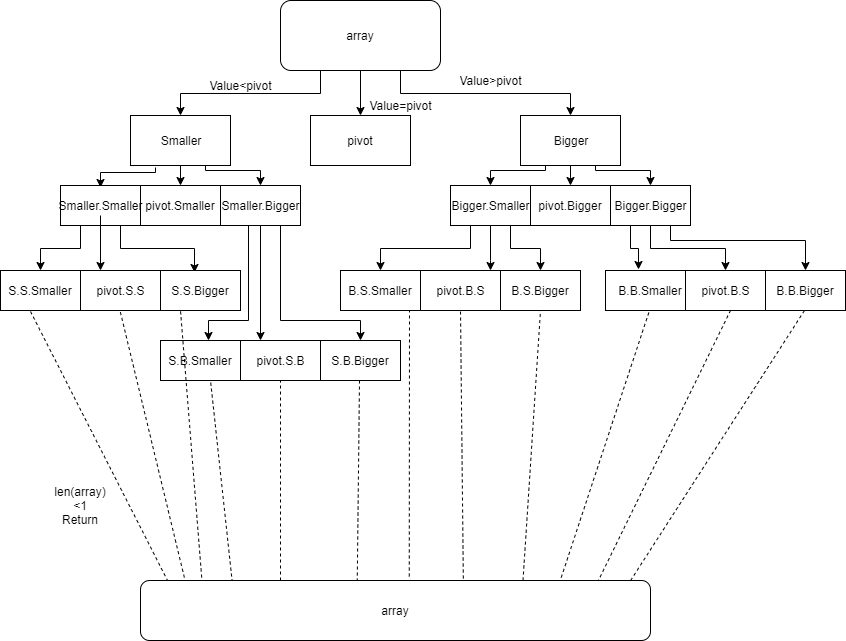
Earlier version of the draw.io export 課堂作業/QuickSort流程圖.png (jason-28/06170136). Source tidied: cells renumbered, new cells last; positions are measured from the earlier drawing's top-left corner, leaving out a move shared by most shapes.
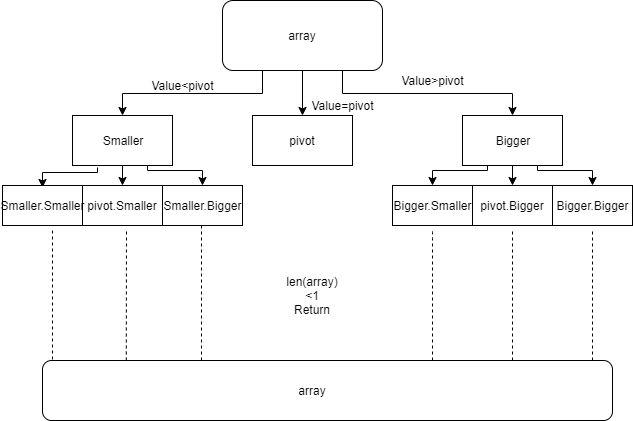
After the change.

Diff of the diagram source:
```diff
@@ -71,12 +71,6 @@
     <mxCell id="16" value="array" style="text;html=1;strokeColor=none;fillColor=none;align=center;verticalAlign=middle;whiteSpace=wrap;rounded=0;" parent="1" vertex="1">
       <mxGeometry x="300" y="15" width="120" height="40" as="geometry" />
     </mxCell>
-    <mxCell id="17" style="edgeStyle=orthogonalEdgeStyle;rounded=0;jettySize=auto;html=1;exitX=0.25;exitY=1;exitDx=0;exitDy=0;" parent="1" edge="1" source="19" target="46">
-      <mxGeometry relative="1" as="geometry" />
-    </mxCell>
-    <mxCell id="18" style="edgeStyle=orthogonalEdgeStyle;rounded=0;jettySize=auto;html=1;exitX=0.75;exitY=1;exitDx=0;exitDy=0;entryX=0.425;entryY=0.05;entryDx=0;entryDy=0;entryPerimeter=0;" parent="1" edge="1" source="19" target="47">
-      <mxGeometry relative="1" as="geometry" />
-    </mxCell>
     <mxCell id="19" style="rounded=0;whiteSpace=wrap;html=1;" parent="1" vertex="1">
       <mxGeometry x="60" y="185" width="80" height="40" as="geometry" />
     </mxCell>
@@ -89,61 +83,15 @@
     <mxCell id="22" style="rounded=0;whiteSpace=wrap;html=1;" parent="1" vertex="1">
       <mxGeometry x="140" y="185" width="80" height="40" as="geometry" />
     </mxCell>
-    <mxCell id="23" style="edgeStyle=orthogonalEdgeStyle;rounded=0;orthogonalLoop=1;jettySize=auto;html=1;exitX=0.25;exitY=1;exitDx=0;exitDy=0;entryX=0.5;entryY=0;entryDx=0;entryDy=0;" parent="1" edge="1">
-      <mxGeometry relative="1" as="geometry">
-        <mxPoint x="248" y="225" as="sourcePoint" />
-        <mxPoint x="208" y="340" as="targetPoint" />
-        <Array as="points">
-          <mxPoint x="248" y="320" />
-          <mxPoint x="208" y="320" />
-        </Array>
-      </mxGeometry>
-    </mxCell>
-    <mxCell id="24" style="edgeStyle=orthogonalEdgeStyle;rounded=0;jettySize=auto;html=1;exitX=0.75;exitY=1;exitDx=0;exitDy=0;entryX=0.5;entryY=0;entryDx=0;entryDy=0;" parent="1" edge="1" source="25" target="51">
-      <mxGeometry relative="1" as="geometry">
-        <Array as="points">
-          <mxPoint x="280" y="320" />
-          <mxPoint x="360" y="320" />
-        </Array>
-      </mxGeometry>
-    </mxCell>
     <mxCell id="25" style="rounded=0;whiteSpace=wrap;html=1;" parent="1" vertex="1">
       <mxGeometry x="220" y="185" width="80" height="40" as="geometry" />
     </mxCell>
-    <mxCell id="26" style="edgeStyle=orthogonalEdgeStyle;rounded=0;jettySize=auto;html=1;exitX=0.5;exitY=1;exitDx=0;exitDy=0;entryX=0.5;entryY=0;entryDx=0;entryDy=0;" parent="1" edge="1" source="29" target="53">
-      <mxGeometry relative="1" as="geometry" />
-    </mxCell>
-    <mxCell id="27" style="edgeStyle=orthogonalEdgeStyle;rounded=0;jettySize=auto;html=1;exitX=0.25;exitY=1;exitDx=0;exitDy=0;entryX=0.413;entryY=-0.025;entryDx=0;entryDy=0;entryPerimeter=0;" parent="1" edge="1" source="29" target="54">
-      <mxGeometry relative="1" as="geometry" />
-    </mxCell>
-    <mxCell id="28" style="edgeStyle=orthogonalEdgeStyle;rounded=0;jettySize=auto;html=1;exitX=0.75;exitY=1;exitDx=0;exitDy=0;entryX=0.5;entryY=0;entryDx=0;entryDy=0;" parent="1" edge="1" source="29" target="52">
-      <mxGeometry relative="1" as="geometry">
-        <Array as="points">
-          <mxPoint x="670" y="240" />
-          <mxPoint x="805" y="240" />
-        </Array>
-      </mxGeometry>
-    </mxCell>
     <mxCell id="29" style="rounded=0;whiteSpace=wrap;html=1;" parent="1" vertex="1">
       <mxGeometry x="610" y="185" width="80" height="40" as="geometry" />
     </mxCell>
     <mxCell id="30" style="rounded=0;whiteSpace=wrap;html=1;" parent="1" vertex="1">
       <mxGeometry x="530" y="185" width="80" height="40" as="geometry" />
     </mxCell>
-    <mxCell id="31" style="edgeStyle=orthogonalEdgeStyle;rounded=0;jettySize=auto;html=1;exitX=0.25;exitY=1;exitDx=0;exitDy=0;entryX=0.5;entryY=0;entryDx=0;entryDy=0;" parent="1" edge="1" source="34" target="57">
-      <mxGeometry relative="1" as="geometry" />
-    </mxCell>
-    <mxCell id="32" style="edgeStyle=orthogonalEdgeStyle;rounded=0;jettySize=auto;html=1;" parent="1" edge="1" source="34" target="56">
-      <mxGeometry relative="1" as="geometry">
-        <Array as="points">
-          <mxPoint x="490" y="260" />
-          <mxPoint x="490" y="260" />
-        </Array>
-      </mxGeometry>
-    </mxCell>
-    <mxCell id="33" style="edgeStyle=orthogonalEdgeStyle;rounded=0;jettySize=auto;html=1;exitX=0.75;exitY=1;exitDx=0;exitDy=0;entryX=0.5;entryY=0;entryDx=0;entryDy=0;" parent="1" edge="1" source="34" target="55">
-      <mxGeometry relative="1" as="geometry" />
-    </mxCell>
     <mxCell id="34" style="rounded=0;whiteSpace=wrap;html=1;" parent="1" vertex="1">
       <mxGeometry x="450" y="185" width="80" height="40" as="geometry" />
     </mxCell>
@@ -162,15 +110,9 @@
     <mxCell id="39" value="Value=pivot" style="text;html=1;strokeColor=none;fillColor=none;align=center;verticalAlign=middle;whiteSpace=wrap;rounded=0;direction=south;" parent="1" vertex="1">
       <mxGeometry x="390" y="85" width="20" height="40" as="geometry" />
     </mxCell>
-    <mxCell id="40" style="edgeStyle=orthogonalEdgeStyle;rounded=0;jettySize=auto;html=1;entryX=0.25;entryY=0;entryDx=0;entryDy=0;" parent="1" edge="1" source="41" target="48">
-      <mxGeometry relative="1" as="geometry" />
-    </mxCell>
     <mxCell id="41" value="Smaller.Smaller" style="text;html=1;strokeColor=none;fillColor=none;align=center;verticalAlign=middle;whiteSpace=wrap;rounded=0;" parent="1" vertex="1">
       <mxGeometry x="80" y="195" width="40" height="20" as="geometry" />
     </mxCell>
-    <mxCell id="42" style="edgeStyle=orthogonalEdgeStyle;rounded=0;jettySize=auto;html=1;entryX=0.25;entryY=0;entryDx=0;entryDy=0;exitX=0.5;exitY=1;exitDx=0;exitDy=0;" parent="1" edge="1" source="25" target="50">
-      <mxGeometry relative="1" as="geometry" />
-    </mxCell>
     <mxCell id="43" value="Smaller.Bigger" style="text;html=1;strokeColor=none;fillColor=none;align=center;verticalAlign=middle;whiteSpace=wrap;rounded=0;" parent="1" vertex="1">
       <mxGeometry x="240" y="195" width="40" height="20" as="geometry" />
     </mxCell>
@@ -180,142 +122,52 @@
     <mxCell id="45" value="Bigger.Bigger" style="text;html=1;strokeColor=none;fillColor=none;align=center;verticalAlign=middle;whiteSpace=wrap;rounded=0;" parent="1" vertex="1">
       <mxGeometry x="630" y="195" width="40" height="20" as="geometry" />
     </mxCell>
-    <mxCell id="46" style="rounded=0;whiteSpace=wrap;html=1;" parent="1" vertex="1">
-      <mxGeometry y="270" width="80" height="40" as="geometry" />
-    </mxCell>
-    <mxCell id="47" style="rounded=0;whiteSpace=wrap;html=1;" parent="1" vertex="1">
-      <mxGeometry x="160" y="270" width="80" height="40" as="geometry" />
-    </mxCell>
-    <mxCell id="48" style="rounded=0;whiteSpace=wrap;html=1;" parent="1" vertex="1">
-      <mxGeometry x="80" y="270" width="80" height="40" as="geometry" />
-    </mxCell>
-    <mxCell id="49" style="rounded=0;whiteSpace=wrap;html=1;" parent="1" vertex="1">
-      <mxGeometry x="160" y="340" width="80" height="40" as="geometry" />
-    </mxCell>
-    <mxCell id="50" style="rounded=0;whiteSpace=wrap;html=1;" parent="1" vertex="1">
-      <mxGeometry x="240" y="340" width="80" height="40" as="geometry" />
-    </mxCell>
-    <mxCell id="51" style="rounded=0;whiteSpace=wrap;html=1;" parent="1" vertex="1">
-      <mxGeometry x="320" y="340" width="80" height="40" as="geometry" />
-    </mxCell>
-    <mxCell id="52" style="rounded=0;whiteSpace=wrap;html=1;" parent="1" vertex="1">
-      <mxGeometry x="765" y="270" width="80" height="40" as="geometry" />
-    </mxCell>
-    <mxCell id="53" style="rounded=0;whiteSpace=wrap;html=1;" parent="1" vertex="1">
-      <mxGeometry x="685" y="270" width="80" height="40" as="geometry" />
-    </mxCell>
-    <mxCell id="54" style="rounded=0;whiteSpace=wrap;html=1;" parent="1" vertex="1">
-      <mxGeometry x="605" y="270" width="80" height="40" as="geometry" />
-    </mxCell>
-    <mxCell id="55" style="rounded=0;whiteSpace=wrap;html=1;" parent="1" vertex="1">
-      <mxGeometry x="500" y="270" width="80" height="40" as="geometry" />
-    </mxCell>
-    <mxCell id="56" style="rounded=0;whiteSpace=wrap;html=1;" parent="1" vertex="1">
-      <mxGeometry x="420" y="270" width="80" height="40" as="geometry" />
-    </mxCell>
-    <mxCell id="57" style="rounded=0;whiteSpace=wrap;html=1;" parent="1" vertex="1">
-      <mxGeometry x="340" y="270" width="80" height="40" as="geometry" />
-    </mxCell>
-    <mxCell id="58" value="S.S.Smaller" style="text;html=1;strokeColor=none;fillColor=none;align=center;verticalAlign=middle;whiteSpace=wrap;rounded=0;" parent="1" vertex="1">
-      <mxGeometry x="20" y="280" width="40" height="20" as="geometry" />
-    </mxCell>
-    <mxCell id="59" value="pivot.S.S" style="text;html=1;strokeColor=none;fillColor=none;align=center;verticalAlign=middle;whiteSpace=wrap;rounded=0;" parent="1" vertex="1">
-      <mxGeometry x="100" y="280" width="40" height="20" as="geometry" />
-    </mxCell>
-    <mxCell id="60" value="S.S.Bigger" style="text;html=1;strokeColor=none;fillColor=none;align=center;verticalAlign=middle;whiteSpace=wrap;rounded=0;" parent="1" vertex="1">
-      <mxGeometry x="180" y="280" width="40" height="20" as="geometry" />
-    </mxCell>
-    <mxCell id="61" value="S.B.Smaller" style="text;html=1;strokeColor=none;fillColor=none;align=center;verticalAlign=middle;whiteSpace=wrap;rounded=0;" parent="1" vertex="1">
-      <mxGeometry x="180" y="350" width="40" height="20" as="geometry" />
-    </mxCell>
-    <mxCell id="62" style="endArrow=none;dashed=1;html=1;exitX=0.375;exitY=1.025;exitDx=0;exitDy=0;exitPerimeter=0;entryX=0.053;entryY=0;entryDx=0;entryDy=0;entryPerimeter=0;" parent="1" edge="1" source="46" target="82">
-      <mxGeometry relative="1" as="geometry" />
+    <mxCell id="62" style="endArrow=none;dashed=1;html=1;" parent="1" edge="1">
+      <mxGeometry relative="1" as="geometry">
+        <mxPoint x="110" y="230" as="sourcePoint" />
+        <mxPoint x="110" y="360" as="targetPoint" />
+      </mxGeometry>
     </mxCell>
-    <mxCell id="63" value="pivot.S.B" style="text;html=1;strokeColor=none;fillColor=none;align=center;verticalAlign=middle;whiteSpace=wrap;rounded=0;" parent="1" vertex="1">
-      <mxGeometry x="260" y="350" width="40" height="20" as="geometry" />
-    </mxCell>
-    <mxCell id="64" value="B.S.Bigger" style="text;html=1;strokeColor=none;fillColor=none;align=center;verticalAlign=middle;whiteSpace=wrap;rounded=0;" parent="1" vertex="1">
-      <mxGeometry x="520" y="280" width="40" height="20" as="geometry" />
-    </mxCell>
-    <mxCell id="65" value="S.B.Bigger" style="text;html=1;strokeColor=none;fillColor=none;align=center;verticalAlign=middle;whiteSpace=wrap;rounded=0;" parent="1" vertex="1">
-      <mxGeometry x="340" y="350" width="40" height="20" as="geometry" />
-    </mxCell>
-    <mxCell id="66" value="B.S.Smaller" style="text;html=1;strokeColor=none;fillColor=none;align=center;verticalAlign=middle;whiteSpace=wrap;rounded=0;" parent="1" vertex="1">
-      <mxGeometry x="360" y="280" width="40" height="20" as="geometry" />
-    </mxCell>
-    <mxCell id="67" value="pivot.B.S" style="text;html=1;strokeColor=none;fillColor=none;align=center;verticalAlign=middle;whiteSpace=wrap;rounded=0;" parent="1" vertex="1">
-      <mxGeometry x="440" y="280" width="40" height="20" as="geometry" />
-    </mxCell>
-    <mxCell id="68" value="B.B.Smaller" style="text;html=1;strokeColor=none;fillColor=none;align=center;verticalAlign=middle;whiteSpace=wrap;rounded=0;" parent="1" vertex="1">
-      <mxGeometry x="630" y="280" width="40" height="20" as="geometry" />
-    </mxCell>
-    <mxCell id="69" value="pivot.B.S" style="text;html=1;strokeColor=none;fillColor=none;align=center;verticalAlign=middle;whiteSpace=wrap;rounded=0;" parent="1" vertex="1">
-      <mxGeometry x="705" y="280" width="40" height="20" as="geometry" />
-    </mxCell>
-    <mxCell id="70" value="B.B.Bigger" style="text;html=1;strokeColor=none;fillColor=none;align=center;verticalAlign=middle;whiteSpace=wrap;rounded=0;" parent="1" vertex="1">
-      <mxGeometry x="785" y="280" width="40" height="20" as="geometry" />
-    </mxCell>
     <mxCell id="71" value="len(array)&amp;lt;1&lt;br&gt;Return" style="text;html=1;strokeColor=none;fillColor=none;align=center;verticalAlign=middle;whiteSpace=wrap;rounded=0;" parent="1" vertex="1">
-      <mxGeometry x="50" y="480" width="60" height="50" as="geometry" />
+      <mxGeometry x="340" y="270" width="60" height="50" as="geometry" />
     </mxCell>
-    <mxCell id="72" style="endArrow=none;dashed=1;html=1;exitX=0.086;exitY=-0.05;exitDx=0;exitDy=0;exitPerimeter=0;" parent="1" edge="1" source="82">
+    <mxCell id="72" style="endArrow=none;dashed=1;html=1;exitX=0.147;exitY=0;exitDx=0;exitDy=0;exitPerimeter=0;" parent="1" edge="1" source="82">
       <mxGeometry relative="1" as="geometry">
-        <mxPoint x="119.5" y="310" as="targetPoint" />
+        <mxPoint x="184" y="230" as="targetPoint" />
       </mxGeometry>
     </mxCell>
-    <mxCell id="73" style="endArrow=none;dashed=1;html=1;entryX=0.5;entryY=1;entryDx=0;entryDy=0;" parent="1" edge="1" target="50">
+    <mxCell id="73" style="endArrow=none;dashed=1;html=1;entryX=0.5;entryY=1;entryDx=0;entryDy=0;" parent="1" edge="1">
       <mxGeometry relative="1" as="geometry">
-        <mxPoint x="280" y="580" as="sourcePoint" />
+        <mxPoint x="259" y="360" as="sourcePoint" />
+        <mxPoint x="259" y="225" as="targetPoint" />
       </mxGeometry>
     </mxCell>
-    <mxCell id="74" style="endArrow=none;dashed=1;html=1;exitX=0.18;exitY=0.033;exitDx=0;exitDy=0;exitPerimeter=0;" parent="1" edge="1" source="82">
-      <mxGeometry relative="1" as="geometry">
-        <mxPoint x="210" y="380" as="targetPoint" />
-      </mxGeometry>
-    </mxCell>
-    <mxCell id="75" style="endArrow=none;dashed=1;html=1;exitX=0.527;exitY=-0.067;exitDx=0;exitDy=0;exitPerimeter=0;" parent="1" edge="1" source="82">
-      <mxGeometry relative="1" as="geometry">
-        <mxPoint x="409" y="310" as="targetPoint" />
-      </mxGeometry>
-    </mxCell>
-    <mxCell id="76" style="endArrow=none;dashed=1;html=1;exitX=0.425;exitY=0.017;exitDx=0;exitDy=0;exitPerimeter=0;" parent="1" edge="1" source="82">
-      <mxGeometry relative="1" as="geometry">
-        <mxPoint x="359" y="380" as="targetPoint" />
-      </mxGeometry>
-    </mxCell>
-    <mxCell id="77" style="endArrow=none;dashed=1;html=1;exitX=0.633;exitY=-0.033;exitDx=0;exitDy=0;exitPerimeter=0;" parent="1" edge="1" source="82">
-      <mxGeometry relative="1" as="geometry">
-        <mxPoint x="460" y="310" as="targetPoint" />
-      </mxGeometry>
-    </mxCell>
-    <mxCell id="78" style="endArrow=none;dashed=1;html=1;exitX=0.75;exitY=0;exitDx=0;exitDy=0;" parent="1" edge="1" source="82">
-      <mxGeometry relative="1" as="geometry">
-        <mxPoint x="540" y="310" as="targetPoint" />
-      </mxGeometry>
-    </mxCell>
-    <mxCell id="79" style="endArrow=none;dashed=1;html=1;exitX=0.961;exitY=0;exitDx=0;exitDy=0;exitPerimeter=0;" parent="1" edge="1" source="82">
-      <mxGeometry relative="1" as="geometry">
-        <mxPoint x="804" y="310" as="targetPoint" />
-      </mxGeometry>
-    </mxCell>
-    <mxCell id="80" style="endArrow=none;dashed=1;html=1;exitX=0.896;exitY=0.033;exitDx=0;exitDy=0;exitPerimeter=0;" parent="1" edge="1" source="82">
-      <mxGeometry relative="1" as="geometry">
-        <mxPoint x="730" y="310" as="targetPoint" />
-      </mxGeometry>
-    </mxCell>
-    <mxCell id="81" style="endArrow=none;dashed=1;html=1;exitX=0.825;exitY=-0.05;exitDx=0;exitDy=0;exitPerimeter=0;" parent="1" edge="1" source="82">
+    <mxCell id="81" style="endArrow=none;dashed=1;html=1;" parent="1" edge="1">
       <mxGeometry relative="1" as="geometry">
-        <mxPoint x="649" y="310" as="targetPoint" />
+        <mxPoint x="490" y="360" as="sourcePoint" />
+        <mxPoint x="490" y="230" as="targetPoint" />
+        <Array as="points">
+          <mxPoint x="490" y="230" />
+        </Array>
       </mxGeometry>
     </mxCell>
     <mxCell id="82" style="rounded=1;whiteSpace=wrap;html=1;" parent="1" vertex="1">
-      <mxGeometry x="140" y="580" width="510" height="60" as="geometry" />
+      <mxGeometry x="100" y="360" width="570" height="60" as="geometry" />
     </mxCell>
-    <mxCell id="83" style="endArrow=none;dashed=1;html=1;exitX=0.12;exitY=-0.05;exitDx=0;exitDy=0;exitPerimeter=0;entryX=0.25;entryY=1;entryDx=0;entryDy=0;" parent="1" edge="1" source="82" target="47">
-      <mxGeometry relative="1" as="geometry" />
-    </mxCell>
     <mxCell id="84" value="array" style="text;html=1;strokeColor=none;fillColor=none;align=center;verticalAlign=middle;whiteSpace=wrap;rounded=0;" parent="1" vertex="1">
-      <mxGeometry x="295" y="600" width="200" height="20" as="geometry" />
+      <mxGeometry x="270" y="380" width="200" height="20" as="geometry" />
     </mxCell>
+    <mxCell id="85" style="endArrow=none;dashed=1;html=1;" parent="1" edge="1">
+      <mxGeometry relative="1" as="geometry">
+        <mxPoint x="570" y="360" as="sourcePoint" />
+        <mxPoint x="570" y="230" as="targetPoint" />
+      </mxGeometry>
+    </mxCell>
+    <mxCell id="86" style="endArrow=none;dashed=1;html=1;" parent="1" edge="1">
+      <mxGeometry relative="1" as="geometry">
+        <mxPoint x="650" y="360" as="sourcePoint" />
+        <mxPoint x="650" y="230" as="targetPoint" />
+      </mxGeometry>
+    </mxCell>
   </root>
 </mxGraphModel>
```
